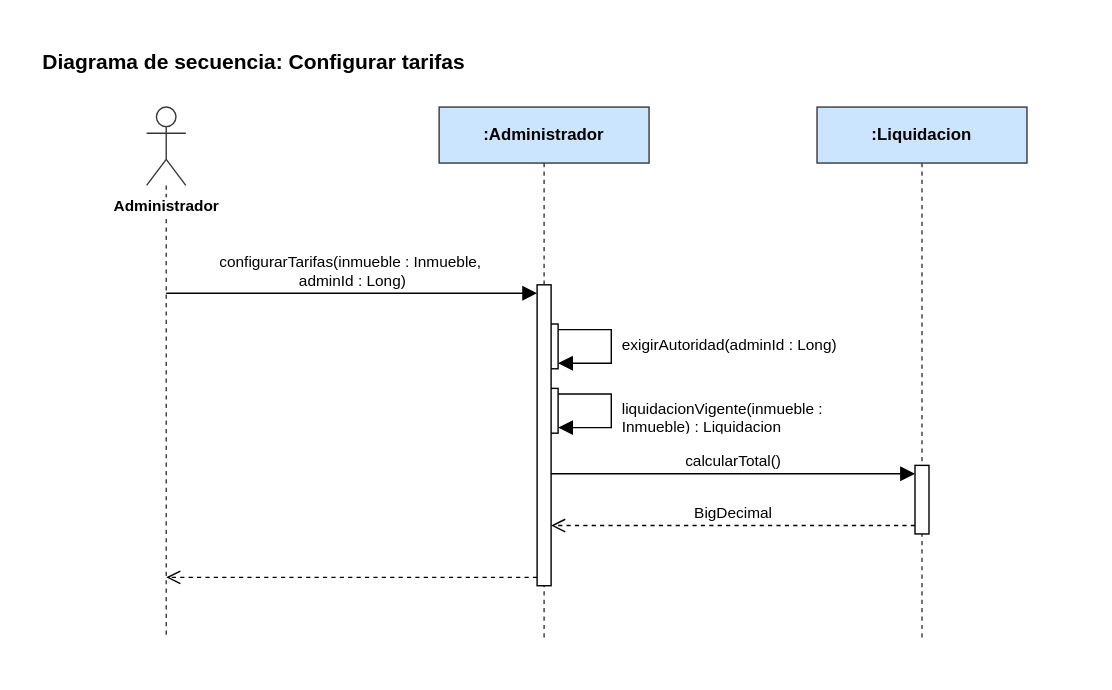
This is Diagramas/Secuencia/configurar-tarifas.svg from manuel20051208/HorizontalSoftware-Back-End, a draw.io export, as it was before one commit. Source tidied: cells renumbered, new cells last; positions are measured from the earlier drawing's top-left corner, leaving out a move shared by most shapes.
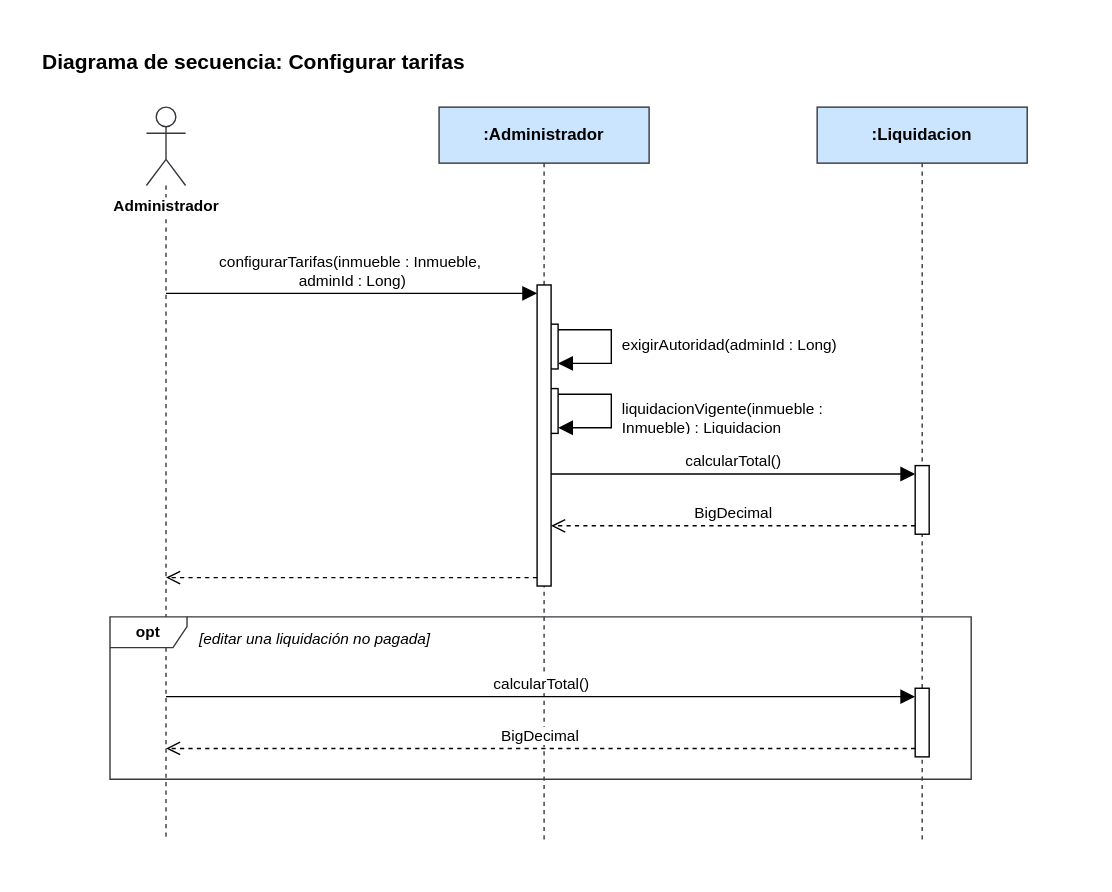
Above is the later version.

Diff of the diagram source:
```diff
@@ -6,13 +6,13 @@
       <mxGeometry width="730" height="26" as="geometry" />
     </mxCell>
     <mxCell id="3" value="Administrador" style="shape=umlLifeline;participant=umlActor;perimeter=lifelinePerimeter;whiteSpace=nowrap;html=1;outlineConnect=0;portConstraint=eastwest;size=56;verticalAlign=top;spacingTop=58;labelBackgroundColor=#ffffff;fontStyle=1;fontSize=11;fillColor=#ffffff;strokeColor=#36393d;" parent="1" vertex="1">
-      <mxGeometry x="76" y="48" width="28" height="380" as="geometry" />
+      <mxGeometry x="76" y="48" width="28" height="524" as="geometry" />
     </mxCell>
     <mxCell id="4" value=":Administrador" style="shape=umlLifeline;perimeter=lifelinePerimeter;whiteSpace=wrap;html=1;fillColor=#cce5ff;strokeColor=#36393d;fontStyle=1;fontSize=12;" parent="1" vertex="1">
-      <mxGeometry x="285" y="48" width="150" height="380" as="geometry" />
+      <mxGeometry x="285" y="48" width="150" height="524" as="geometry" />
     </mxCell>
     <mxCell id="5" value=":Liquidacion" style="shape=umlLifeline;perimeter=lifelinePerimeter;whiteSpace=wrap;html=1;fillColor=#cce5ff;strokeColor=#36393d;fontStyle=1;fontSize=12;" parent="1" vertex="1">
-      <mxGeometry x="555" y="48" width="150" height="380" as="geometry" />
+      <mxGeometry x="555" y="48" width="150" height="524" as="geometry" />
     </mxCell>
     <mxCell id="6" style="html=1;points=[];perimeter=orthogonalPerimeter;fillColor=#ffffff;strokeColor=#000000;" parent="1" vertex="1">
       <mxGeometry x="360" y="203" width="10" height="32" as="geometry" />
@@ -26,7 +26,7 @@
     <mxCell id="9" style="html=1;points=[];perimeter=orthogonalPerimeter;fillColor=#ffffff;strokeColor=#000000;" parent="1" vertex="1">
       <mxGeometry x="355" y="175" width="10" height="215" as="geometry" />
     </mxCell>
-    <mxCell id="10" value="configurarTarifas(inmueble : Inmueble,&amp;nbsp;&lt;div&gt;adminId : Long)&lt;/div&gt;" style="html=1;verticalAlign=bottom;rounded=0;fontSize=11;strokeColor=#000000;endArrow=block;endFill=1;endSize=8;exitX=0.5000;exitY=0.3500;exitDx=0;exitDy=0;exitPerimeter=0;entryX=0.0000;entryY=0.0279;entryDx=0;entryDy=0;entryPerimeter=0;" parent="1" edge="1" source="3" target="9">
+    <mxCell id="10" value="configurarTarifas(inmueble : Inmueble,&amp;nbsp;&lt;div&gt;adminId : Long)&lt;/div&gt;" style="html=1;verticalAlign=bottom;rounded=0;fontSize=11;strokeColor=#000000;endArrow=block;endFill=1;endSize=8;exitX=0.5000;exitY=0.2538;exitDx=0;exitDy=0;exitPerimeter=0;entryX=0.0000;entryY=0.0279;entryDx=0;entryDy=0;entryPerimeter=0;" parent="1" edge="1" source="3" target="9">
       <mxGeometry relative="1" as="geometry" />
     </mxCell>
     <mxCell id="11" style="html=1;rounded=0;endArrow=block;endFill=1;endSize=8;strokeColor=#000000;exitX=1.0000;exitY=0.1250;exitDx=0;exitDy=0;exitPerimeter=0;entryX=1.0000;entryY=0.8750;entryDx=0;entryDy=0;entryPerimeter=0;" parent="1" edge="1" source="6" target="6">
@@ -51,7 +51,7 @@
     <mxCell id="14" value="BigDecimal" style="html=1;verticalAlign=bottom;rounded=0;fontSize=11;strokeColor=#000000;dashed=1;endArrow=open;endFill=0;endSize=8;exitX=0.0000;exitY=0.8776;exitDx=0;exitDy=0;exitPerimeter=0;entryX=1.0000;entryY=0.8000;entryDx=0;entryDy=0;entryPerimeter=0;" parent="1" edge="1" source="8" target="9">
       <mxGeometry relative="1" as="geometry" />
     </mxCell>
-    <mxCell id="15" style="html=1;verticalAlign=bottom;rounded=0;fontSize=11;strokeColor=#000000;dashed=1;endArrow=open;endFill=0;endSize=8;exitX=0.0000;exitY=0.9721;exitDx=0;exitDy=0;exitPerimeter=0;entryX=0.5000;entryY=0.8842;entryDx=0;entryDy=0;entryPerimeter=0;" parent="1" edge="1" source="9" target="3">
+    <mxCell id="15" style="html=1;verticalAlign=bottom;rounded=0;fontSize=11;strokeColor=#000000;dashed=1;endArrow=open;endFill=0;endSize=8;exitX=0.0000;exitY=0.9721;exitDx=0;exitDy=0;exitPerimeter=0;entryX=0.5000;entryY=0.6412;entryDx=0;entryDy=0;entryPerimeter=0;" parent="1" edge="1" source="9" target="3">
       <mxGeometry relative="1" as="geometry" />
     </mxCell>
     <mxCell id="16" value="exigirAutoridad(adminId : Long)" style="text;html=1;align=left;verticalAlign=top;whiteSpace=wrap;overflow=hidden;fontSize=11;" parent="1" vertex="1">
@@ -60,5 +60,20 @@
     <mxCell id="17" value="liquidacionVigente(inmueble : Inmueble) : Liquidacion" style="text;html=1;align=left;verticalAlign=top;whiteSpace=wrap;overflow=hidden;fontSize=11;" parent="1" vertex="1">
       <mxGeometry x="414" y="251" width="185" height="28" as="geometry" />
     </mxCell>
+    <mxCell id="18" style="html=1;points=[];perimeter=orthogonalPerimeter;fillColor=#ffffff;strokeColor=#000000;" parent="1" vertex="1">
+      <mxGeometry x="625" y="463" width="10" height="49" as="geometry" />
+    </mxCell>
+    <mxCell id="19" value="calcularTotal()" style="html=1;verticalAlign=bottom;rounded=0;fontSize=11;strokeColor=#000000;endArrow=block;endFill=1;endSize=8;exitX=0.5000;exitY=0.8034;exitDx=0;exitDy=0;exitPerimeter=0;entryX=0.0000;entryY=0.1224;entryDx=0;entryDy=0;entryPerimeter=0;" parent="1" edge="1" source="3" target="18">
+      <mxGeometry relative="1" as="geometry" />
+    </mxCell>
+    <mxCell id="20" value="BigDecimal" style="html=1;verticalAlign=bottom;rounded=0;fontSize=11;strokeColor=#000000;dashed=1;endArrow=open;endFill=0;endSize=8;exitX=0.0000;exitY=0.8776;exitDx=0;exitDy=0;exitPerimeter=0;entryX=0.5000;entryY=0.8740;entryDx=0;entryDy=0;entryPerimeter=0;" parent="1" edge="1" source="18" target="3">
+      <mxGeometry relative="1" as="geometry" />
+    </mxCell>
+    <mxCell id="21" value="opt" style="shape=umlFrame;whiteSpace=wrap;html=1;fillColor=#ffffff;strokeColor=#36393d;fontStyle=1;fontSize=11;width=55;height=22;" parent="1" vertex="1">
+      <mxGeometry x="50" y="412" width="615" height="116" as="geometry" />
+    </mxCell>
+    <mxCell id="22" value="[editar una liquidación no pagada]" style="text;html=1;align=left;verticalAlign=top;whiteSpace=wrap;fontSize=11;fontStyle=2;" parent="1" vertex="1">
+      <mxGeometry x="112" y="415" width="545" height="22" as="geometry" />
+    </mxCell>
   </root>
 </mxGraphModel>
```
